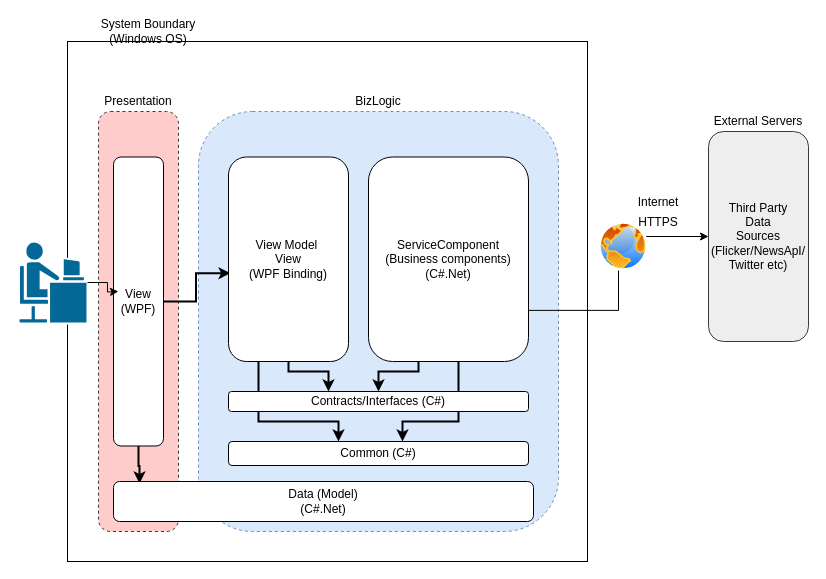
Above: Documents/Source/System Design.drawio in RoshniVijay/SearchTool (draw.io), before the change. Source tidied: cells renumbered, new cells numbered last; positions are measured from the earlier drawing's top-left corner, leaving out a move shared by most shapes. Both pictures are drawn from the tidied source at 100%, with x=0, y=0 at pixel (18, 21).
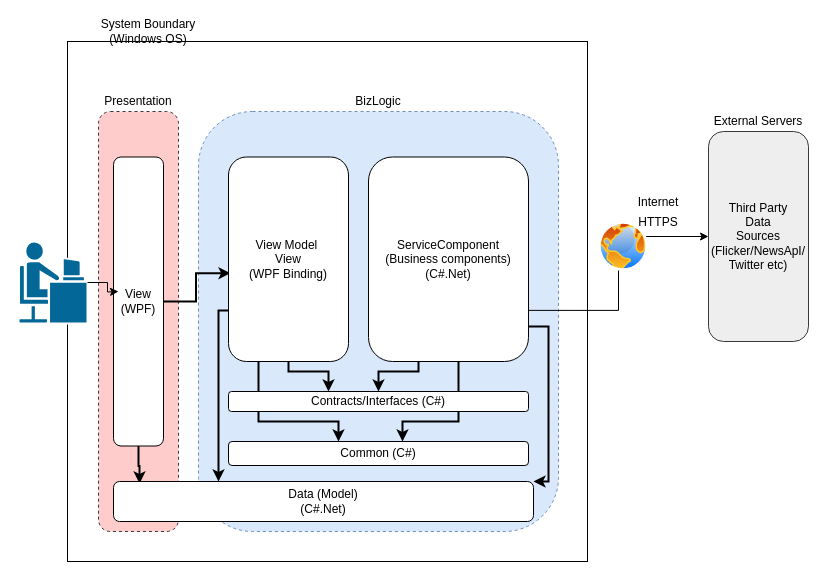
The same diagram, later.

The change refers to these unchanged cells:
```xml
<mxCell id="16" value="View Model&amp;nbsp;&lt;br&gt;View&lt;br&gt;(WPF Binding)" style="rounded=1;whiteSpace=wrap;html=1;" parent="1" vertex="1">
  <mxGeometry x="210" y="135.5" width="120" height="204.5" as="geometry" />
</mxCell>
<mxCell id="17" value="ServiceComponent&lt;br&gt;(Business components)&lt;br&gt;(C#.Net)" style="rounded=1;whiteSpace=wrap;html=1;" parent="1" vertex="1">
  <mxGeometry x="350" y="135.5" width="160" height="204.5" as="geometry" />
</mxCell>
<mxCell id="18" value="Data (Model)&lt;br&gt;(C#.Net)" style="rounded=1;whiteSpace=wrap;html=1;" parent="1" vertex="1">
  <mxGeometry x="95" y="460" width="420" height="40" as="geometry" />
</mxCell>
```

What changed in the source:
```diff
@@
+    <mxCell id="28" style="edgeStyle=orthogonalEdgeStyle;rounded=0;jettySize=auto;html=1;entryX=0.25;entryY=0;entryDx=0;entryDy=0;strokeWidth=2;exitX=0;exitY=0.75;exitDx=0;exitDy=0;" parent="1" edge="1" source="16" target="18">
+      <mxGeometry relative="1" as="geometry">
+        <Array as="points">
+          <mxPoint x="200" y="289" />
+        </Array>
+      </mxGeometry>
+    </mxCell>
+    <mxCell id="29" style="edgeStyle=orthogonalEdgeStyle;rounded=0;jettySize=auto;html=1;entryX=1;entryY=0;entryDx=0;entryDy=0;strokeWidth=2;exitX=1;exitY=0.829;exitDx=0;exitDy=0;exitPerimeter=0;" parent="1" edge="1" source="17" target="18">
+      <mxGeometry relative="1" as="geometry">
+        <Array as="points">
+          <mxPoint x="530" y="305" />
+          <mxPoint x="530" y="460" />
+        </Array>
+      </mxGeometry>
+    </mxCell>
```
